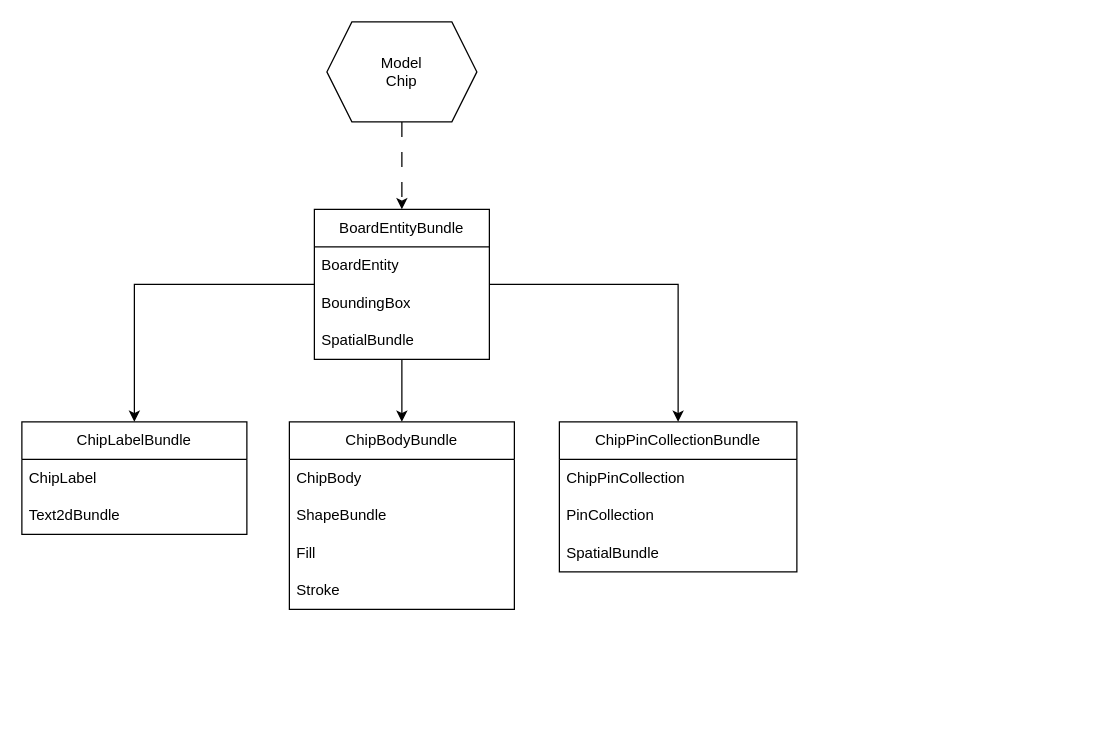
This is docs/Chip.drawio from tensoid/logics, a draw.io file, before an edit. Source tidied: cells renumbered, new cells numbered last; positions are measured from the earlier drawing's top-left corner, leaving out a move shared by most shapes. Both pictures are drawn from the tidied source at 125%, with x=0, y=0 at pixel (21, 21).
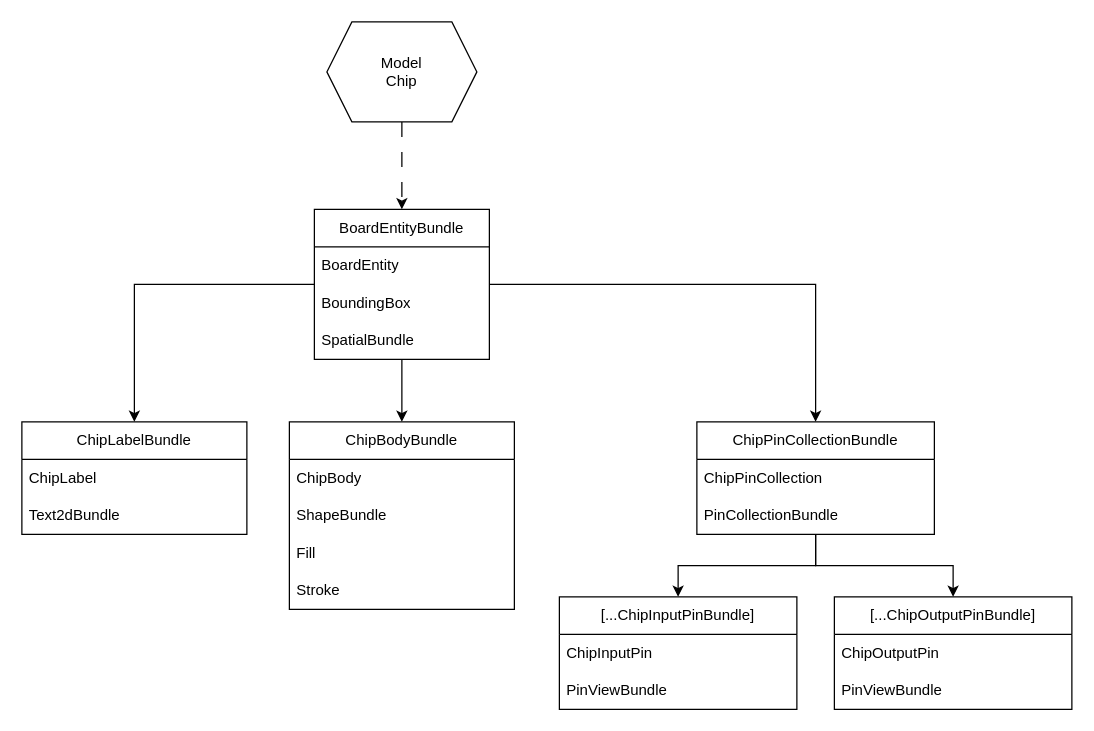
The same diagram, later.

The edit, as a diff of the source:
```diff
@@
+    <mxCell id="23" style="edgeStyle=orthogonalEdgeStyle;rounded=0;jettySize=auto;html=1;entryX=0.5;entryY=0;entryDx=0;entryDy=0;" parent="1" edge="1" source="19" target="25">
+      <mxGeometry relative="1" as="geometry" />
+    </mxCell>
+    <mxCell id="24" style="edgeStyle=orthogonalEdgeStyle;rounded=0;jettySize=auto;html=1;" parent="1" edge="1" source="19" target="28">
+      <mxGeometry relative="1" as="geometry" />
+    </mxCell>
     <mxCell id="19" value="ChipPinCollectionBundle" style="swimlane;fontStyle=0;horizontal=1;startSize=30;whiteSpace=wrap;html=1;" parent="1" vertex="1">
-      <mxGeometry x="430" y="320" width="190" height="120" as="geometry" />
+      <mxGeometry x="540" y="320" width="190" height="90" as="geometry" />
     </mxCell>
@@
-    <mxCell id="21" value="PinCollection" style="text;strokeColor=none;fillColor=none;align=left;verticalAlign=middle;spacingLeft=4;spacingRight=4;overflow=hidden;whiteSpace=wrap;html=1;" parent="19" vertex="1">
+    <mxCell id="21" value="PinCollectionBundle" style="text;strokeColor=none;fillColor=none;align=left;verticalAlign=middle;spacingLeft=4;spacingRight=4;overflow=hidden;whiteSpace=wrap;html=1;" parent="19" vertex="1">
       <mxGeometry y="60" width="190" height="30" as="geometry" />
     </mxCell>
-    <mxCell id="22" value="SpatialBundle" style="text;strokeColor=none;fillColor=none;align=left;verticalAlign=middle;spacingLeft=4;spacingRight=4;overflow=hidden;whiteSpace=wrap;html=1;" parent="19" vertex="1">
-      <mxGeometry y="90" width="190" height="30" as="geometry" />
-    </mxCell>
+    <mxCell id="25" value="[...ChipInputPinBundle]" style="swimlane;fontStyle=0;horizontal=1;startSize=30;whiteSpace=wrap;html=1;" parent="1" vertex="1">
+      <mxGeometry x="430" y="460" width="190" height="90" as="geometry" />
+    </mxCell>
+    <mxCell id="26" value="ChipInputPin" style="text;strokeColor=none;fillColor=none;align=left;verticalAlign=middle;spacingLeft=4;spacingRight=4;overflow=hidden;whiteSpace=wrap;html=1;" parent="25" vertex="1">
+      <mxGeometry y="30" width="190" height="30" as="geometry" />
+    </mxCell>
+    <mxCell id="27" value="PinViewBundle" style="text;strokeColor=none;fillColor=none;align=left;verticalAlign=middle;spacingLeft=4;spacingRight=4;overflow=hidden;whiteSpace=wrap;html=1;" parent="25" vertex="1">
+      <mxGeometry y="60" width="190" height="30" as="geometry" />
+    </mxCell>
+    <mxCell id="28" value="[...ChipOutputPinBundle]" style="swimlane;fontStyle=0;horizontal=1;startSize=30;whiteSpace=wrap;html=1;" parent="1" vertex="1">
+      <mxGeometry x="650" y="460" width="190" height="90" as="geometry" />
+    </mxCell>
+    <mxCell id="29" value="ChipOutputPin" style="text;strokeColor=none;fillColor=none;align=left;verticalAlign=middle;spacingLeft=4;spacingRight=4;overflow=hidden;whiteSpace=wrap;html=1;" parent="28" vertex="1">
+      <mxGeometry y="30" width="190" height="30" as="geometry" />
+    </mxCell>
+    <mxCell id="30" value="PinViewBundle" style="text;strokeColor=none;fillColor=none;align=left;verticalAlign=middle;spacingLeft=4;spacingRight=4;overflow=hidden;whiteSpace=wrap;html=1;" parent="28" vertex="1">
+      <mxGeometry y="60" width="190" height="30" as="geometry" />
+    </mxCell>
```
